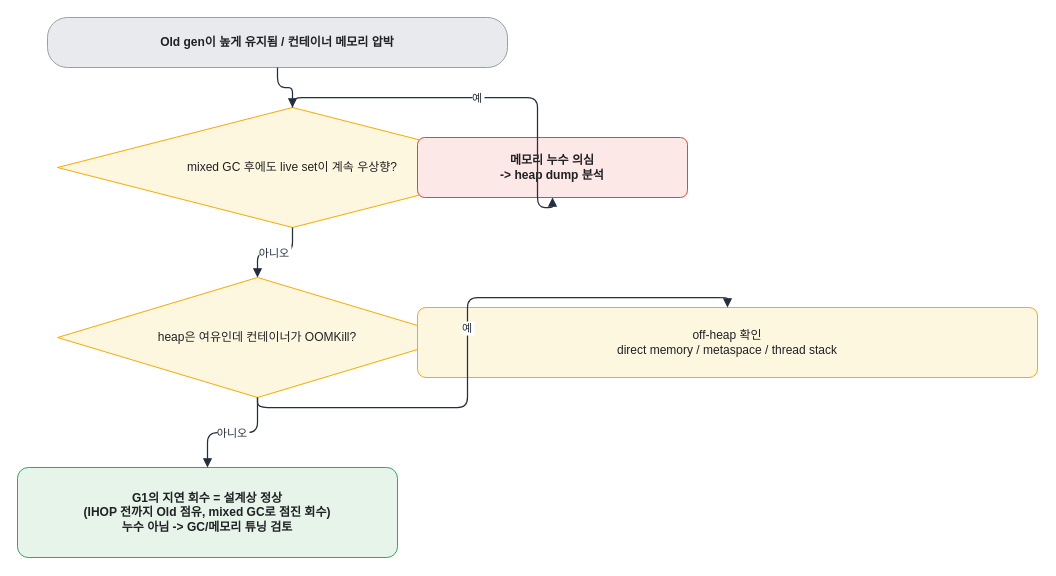
This is assets/img/jvm/jvm-11-capstone-diagnosis.drawio from KKamJi98/kkamji98.github.io, a draw.io file, before an edit. Source tidied: cells renumbered, new cells numbered last; positions are measured from the earlier drawing's top-left corner, leaving out a move shared by most shapes. Both pictures are drawn from the tidied source at 100%, with x=0, y=0 at pixel (17, 17).
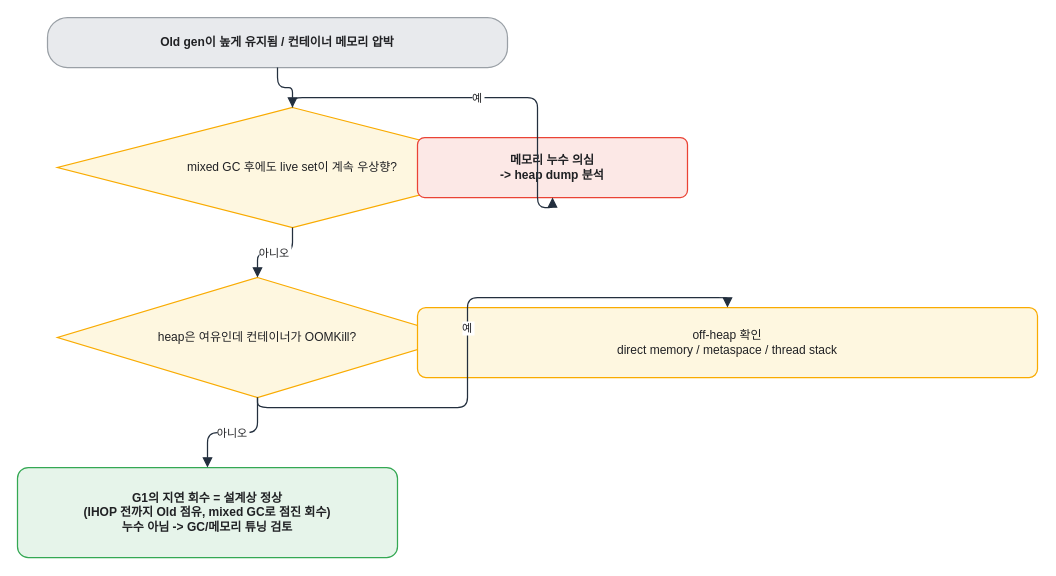
The same page after the edit.

The edit, as a diff of the source:
```diff
@@
 <mxGraphModel background="#FFFFFF">
   <root>
     <mxCell id="0" />
     <mxCell id="1" parent="0" />
-    <mxCell id="2" value="Old gen이 높게 유지됨 / 컨테이너 메모리 압박" style="rounded=1;whiteSpace=wrap;html=0;arcSize=40;shadow=0;fillColor=#E8EAED;strokeColor=#9AA0A6;fontColor=#202124;fontStyle=1;" parent="1" vertex="1">
+    <mxCell id="2" value="Old gen이 높게 유지됨 / 컨테이너 메모리 압박" style="rounded=1;whiteSpace=wrap;html=0;arcSize=40;shadow=0;fillColor=#E8EAED;strokeColor=#9AA0A6;fontColor=#202124;fontStyle=1;strokeWidth=1.25;" parent="1" vertex="1">
       <mxGeometry x="30" width="460" height="50" as="geometry" />
     </mxCell>
-    <mxCell id="3" value="mixed GC 후에도 live set이 계속 우상향?" style="rhombus;whiteSpace=wrap;html=0;shadow=0;fillColor=#FEF7E0;strokeColor=#F9AB00;fontColor=#202124;" parent="1" vertex="1">
+    <mxCell id="3" value="mixed GC 후에도 live set이 계속 우상향?" style="rhombus;whiteSpace=wrap;html=0;shadow=0;fillColor=#FEF7E0;strokeColor=#F9AB00;fontColor=#202124;strokeWidth=1.25;" parent="1" vertex="1">
       <mxGeometry x="40" y="90" width="470" height="120" as="geometry" />
     </mxCell>
-    <mxCell id="4" value="메모리 누수 의심&#10;-&gt; heap dump 분석" style="rounded=1;whiteSpace=wrap;html=0;arcSize=12;shadow=0;fillColor=#FCE8E6;strokeColor=#EA4335;fontColor=#202124;fontStyle=1;" parent="1" vertex="1">
+    <mxCell id="4" value="메모리 누수 의심&#10;-&gt; heap dump 분석" style="rounded=1;whiteSpace=wrap;html=0;arcSize=12;shadow=0;fillColor=#FCE8E6;strokeColor=#EA4335;fontColor=#202124;fontStyle=1;strokeWidth=1.25;" parent="1" vertex="1">
       <mxGeometry x="400" y="120" width="270" height="60" as="geometry" />
     </mxCell>
-    <mxCell id="5" value="heap은 여유인데 컨테이너가 OOMKill?" style="rhombus;whiteSpace=wrap;html=0;shadow=0;fillColor=#FEF7E0;strokeColor=#F9AB00;fontColor=#202124;" parent="1" vertex="1">
+    <mxCell id="5" value="heap은 여유인데 컨테이너가 OOMKill?" style="rhombus;whiteSpace=wrap;html=0;shadow=0;fillColor=#FEF7E0;strokeColor=#F9AB00;fontColor=#202124;strokeWidth=1.25;" parent="1" vertex="1">
       <mxGeometry x="40" y="260" width="400" height="120" as="geometry" />
     </mxCell>
-    <mxCell id="6" value="off-heap 확인&#10;direct memory / metaspace / thread stack" style="rounded=1;whiteSpace=wrap;html=0;arcSize=12;shadow=0;fillColor=#FEF7E0;strokeColor=#F9AB00;fontColor=#202124;" parent="1" vertex="1">
+    <mxCell id="6" value="off-heap 확인&#10;direct memory / metaspace / thread stack" style="rounded=1;whiteSpace=wrap;html=0;arcSize=12;shadow=0;fillColor=#FEF7E0;strokeColor=#F9AB00;fontColor=#202124;strokeWidth=1.25;" parent="1" vertex="1">
       <mxGeometry x="400" y="290" width="620" height="70" as="geometry" />
     </mxCell>
-    <mxCell id="7" value="G1의 지연 회수 = 설계상 정상&#10;(IHOP 전까지 Old 점유, mixed GC로 점진 회수)&#10;누수 아님 -&gt; GC/메모리 튜닝 검토" style="rounded=1;whiteSpace=wrap;html=0;arcSize=12;shadow=0;fillColor=#E6F4EA;strokeColor=#34A853;fontColor=#202124;fontStyle=1;" parent="1" vertex="1">
+    <mxCell id="7" value="G1의 지연 회수 = 설계상 정상&#10;(IHOP 전까지 Old 점유, mixed GC로 점진 회수)&#10;누수 아님 -&gt; GC/메모리 튜닝 검토" style="rounded=1;whiteSpace=wrap;html=0;arcSize=12;shadow=0;fillColor=#E6F4EA;strokeColor=#34A853;fontColor=#202124;fontStyle=1;strokeWidth=1.25;" parent="1" vertex="1">
       <mxGeometry y="450" width="380" height="90" as="geometry" />
     </mxCell>
-    <mxCell id="8" style="edgeStyle=orthogonalEdgeStyle;rounded=1;html=0;endArrow=block;strokeColor=#232F3E;strokeWidth=1.25;" parent="1" edge="1" source="2" target="3">
+    <mxCell id="8" style="edgeStyle=orthogonalEdgeStyle;rounded=1;html=0;endArrow=block;strokeColor=#232F3E;strokeWidth=1.25;endSize=7;fontColor=#202124;" parent="1" edge="1" source="2" target="3">
       <mxGeometry relative="1" as="geometry" />
     </mxCell>
-    <mxCell id="9" value="예" style="edgeStyle=orthogonalEdgeStyle;rounded=1;html=0;endArrow=block;strokeColor=#232F3E;fontColor=#232F3E;labelBackgroundColor=#FFFFFF;strokeWidth=1.25;" parent="1" edge="1" source="3" target="4">
+    <mxCell id="9" value="예" style="edgeStyle=orthogonalEdgeStyle;rounded=1;html=0;endArrow=block;strokeColor=#232F3E;fontColor=#202124;labelBackgroundColor=#FFFFFF;strokeWidth=1.25;endSize=7;" parent="1" edge="1" source="3" target="4">
       <mxGeometry relative="1" as="geometry" />
     </mxCell>
-    <mxCell id="10" value="아니오" style="edgeStyle=orthogonalEdgeStyle;rounded=1;html=0;endArrow=block;strokeColor=#232F3E;fontColor=#232F3E;labelBackgroundColor=#FFFFFF;strokeWidth=1.25;" parent="1" edge="1" source="3" target="5">
+    <mxCell id="10" value="아니오" style="edgeStyle=orthogonalEdgeStyle;rounded=1;html=0;endArrow=block;strokeColor=#232F3E;fontColor=#202124;labelBackgroundColor=#FFFFFF;strokeWidth=1.25;endSize=7;" parent="1" edge="1" source="3" target="5">
       <mxGeometry relative="1" as="geometry" />
     </mxCell>
-    <mxCell id="11" value="예" style="edgeStyle=orthogonalEdgeStyle;rounded=1;html=0;endArrow=block;strokeColor=#232F3E;fontColor=#232F3E;labelBackgroundColor=#FFFFFF;strokeWidth=1.25;" parent="1" edge="1" source="5" target="6">
+    <mxCell id="11" value="예" style="edgeStyle=orthogonalEdgeStyle;rounded=1;html=0;endArrow=block;strokeColor=#232F3E;fontColor=#202124;labelBackgroundColor=#FFFFFF;strokeWidth=1.25;endSize=7;" parent="1" edge="1" source="5" target="6">
       <mxGeometry relative="1" as="geometry" />
     </mxCell>
-    <mxCell id="12" value="아니오" style="edgeStyle=orthogonalEdgeStyle;rounded=1;html=0;endArrow=block;strokeColor=#232F3E;fontColor=#232F3E;labelBackgroundColor=#FFFFFF;strokeWidth=1.25;" parent="1" edge="1" source="5" target="7">
+    <mxCell id="12" value="아니오" style="edgeStyle=orthogonalEdgeStyle;rounded=1;html=0;endArrow=block;strokeColor=#232F3E;fontColor=#202124;labelBackgroundColor=#FFFFFF;strokeWidth=1.25;endSize=7;" parent="1" edge="1" source="5" target="7">
       <mxGeometry relative="1" as="geometry" />
     </mxCell>
   </root>
 </mxGraphModel>
```
